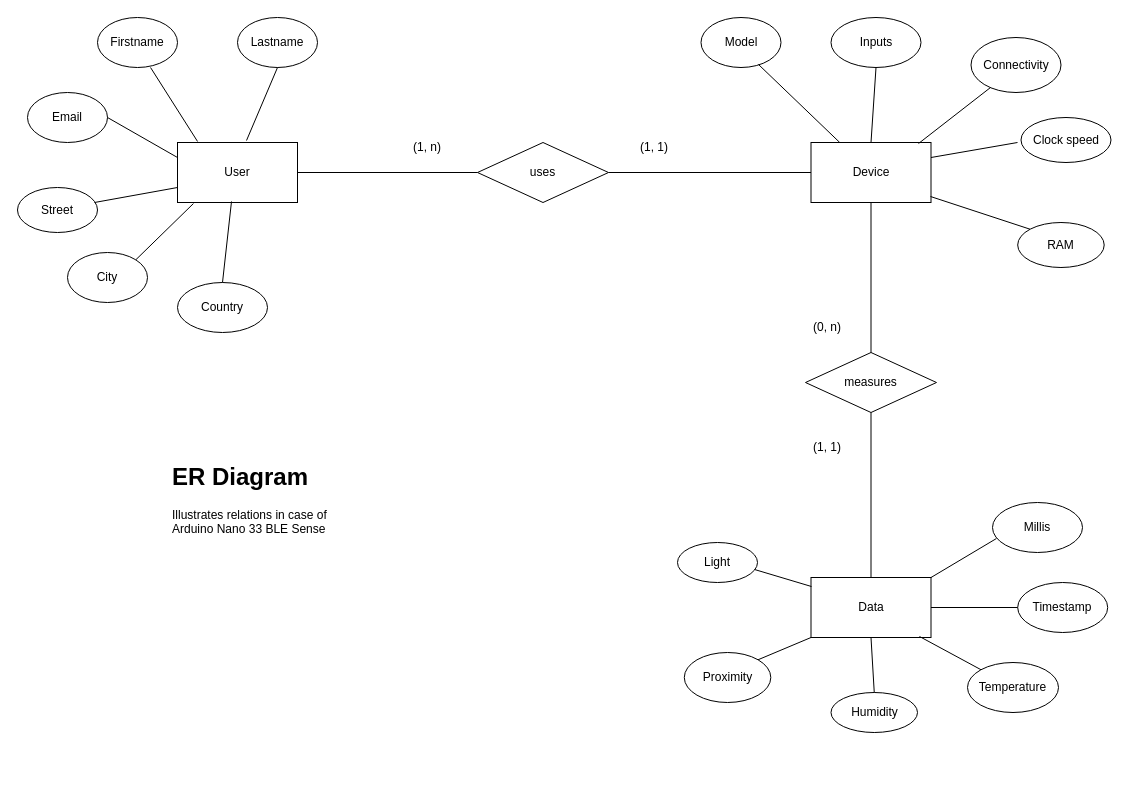
Earlier version of the draw.io diagram diagrams/ER-diagram-nano1.drawio (manokel01/tinysensor). Source tidied: cells renumbered, new cells numbered last; positions are measured from the earlier drawing's top-left corner, leaving out a move shared by most shapes. Both pictures are drawn from the tidied source at 100%, with x=0, y=0 at pixel (17, 17).
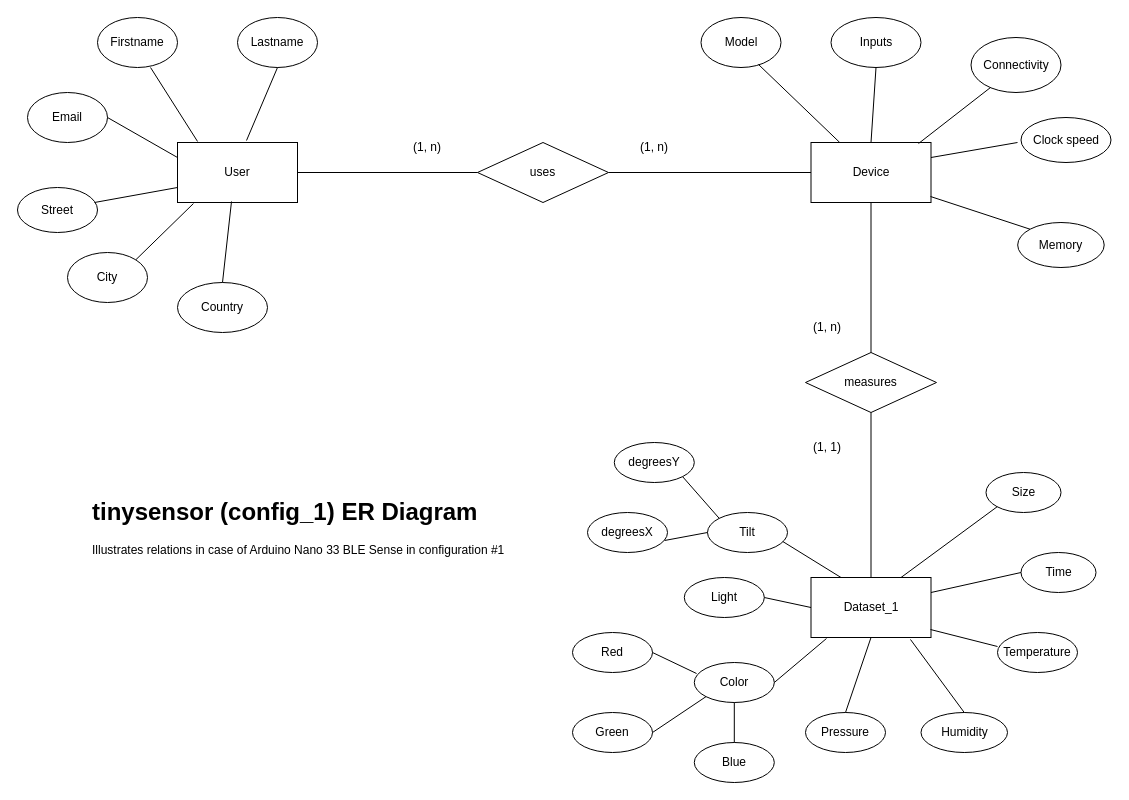
The same page after the edit.

Diff of the diagram source:
```diff
@@
-    <mxCell id="8" value="(1, 1)" style="text;html=1;strokeColor=none;fillColor=none;align=center;verticalAlign=middle;whiteSpace=wrap;rounded=0;" parent="1" vertex="1">
+    <mxCell id="8" value="(1, n)" style="text;html=1;strokeColor=none;fillColor=none;align=center;verticalAlign=middle;whiteSpace=wrap;rounded=0;" parent="1" vertex="1">
       <mxGeometry x="606.8" y="115" width="60" height="30" as="geometry" />
     </mxCell>
@@
-    <mxCell id="19" value="RAM" style="ellipse;whiteSpace=wrap;html=1;" parent="1" vertex="1">
+    <mxCell id="19" value="Memory" style="ellipse;whiteSpace=wrap;html=1;" parent="1" vertex="1">
       <mxGeometry x="1000.2" y="205" width="86.5" height="45" as="geometry" />
     </mxCell>
@@
-    <mxCell id="21" value="Data" style="rounded=0;whiteSpace=wrap;html=1;" parent="1" vertex="1">
+    <mxCell id="21" value="Dataset_1" style="rounded=0;whiteSpace=wrap;html=1;" parent="1" vertex="1">
       <mxGeometry x="793.5" y="560" width="120" height="60" as="geometry" />
     </mxCell>
@@
     <mxCell id="25" value="Temperature" style="ellipse;whiteSpace=wrap;html=1;" parent="1" vertex="1">
-      <mxGeometry x="950" y="645" width="91" height="50" as="geometry" />
+      <mxGeometry x="980" y="615" width="80" height="40" as="geometry" />
     </mxCell>
     <mxCell id="26" value="Humidity" style="ellipse;whiteSpace=wrap;html=1;" parent="1" vertex="1">
-      <mxGeometry x="813.5" y="675" width="86.5" height="40" as="geometry" />
+      <mxGeometry x="903.5" y="695" width="86.5" height="40" as="geometry" />
     </mxCell>
-    <mxCell id="27" value="Light" style="ellipse;whiteSpace=wrap;html=1;" parent="1" vertex="1">
-      <mxGeometry x="660" y="525" width="80" height="40" as="geometry" />
+    <mxCell id="27" value="Pressure" style="ellipse;whiteSpace=wrap;html=1;" parent="1" vertex="1">
+      <mxGeometry x="788" y="695" width="80" height="40" as="geometry" />
     </mxCell>
-    <mxCell id="28" value="Proximity" style="ellipse;whiteSpace=wrap;html=1;" parent="1" vertex="1">
-      <mxGeometry x="666.8" y="635" width="86.5" height="50" as="geometry" />
-    </mxCell>
-    <mxCell id="29" value="Timestamp" style="ellipse;whiteSpace=wrap;html=1;" parent="1" vertex="1">
-      <mxGeometry x="1000.2" y="565" width="90" height="50" as="geometry" />
-    </mxCell>
-    <mxCell id="30" value="Millis" style="ellipse;whiteSpace=wrap;html=1;" parent="1" vertex="1">
-      <mxGeometry x="975" y="485" width="90" height="50" as="geometry" />
+    <mxCell id="30" value="Time" style="ellipse;whiteSpace=wrap;html=1;" parent="1" vertex="1">
+      <mxGeometry x="1003.5" y="535" width="75" height="40" as="geometry" />
     </mxCell>
-    <mxCell id="31" value="(0, n)" style="text;html=1;strokeColor=none;fillColor=none;align=center;verticalAlign=middle;whiteSpace=wrap;rounded=0;" parent="1" vertex="1">
+    <mxCell id="31" value="(1, n)" style="text;html=1;strokeColor=none;fillColor=none;align=center;verticalAlign=middle;whiteSpace=wrap;rounded=0;" parent="1" vertex="1">
       <mxGeometry x="780" y="295" width="60" height="30" as="geometry" />
     </mxCell>
@@
-    <mxCell id="43" style="endArrow=none;html=1;rounded=0;entryX=0.963;entryY=0.675;entryDx=0;entryDy=0;entryPerimeter=0;exitX=0.004;exitY=0.15;exitDx=0;exitDy=0;exitPerimeter=0;" parent="1" edge="1" source="21" target="27">
+    <mxCell id="43" style="endArrow=none;html=1;rounded=0;entryX=0.5;entryY=0;entryDx=0;entryDy=0;exitX=0.5;exitY=1;exitDx=0;exitDy=0;" parent="1" edge="1" source="21" target="27">
       <mxGeometry relative="1" as="geometry" />
     </mxCell>
-    <mxCell id="44" style="endArrow=none;html=1;rounded=0;entryX=1;entryY=0;entryDx=0;entryDy=0;exitX=0;exitY=1;exitDx=0;exitDy=0;" parent="1" edge="1" source="21" target="28">
-      <mxGeometry relative="1" as="geometry" />
-    </mxCell>
-    <mxCell id="45" style="endArrow=none;html=1;rounded=0;entryX=0.5;entryY=0;entryDx=0;entryDy=0;exitX=0.5;exitY=1;exitDx=0;exitDy=0;" parent="1" edge="1" source="21" target="26">
+    <mxCell id="45" style="endArrow=none;html=1;rounded=0;entryX=0.5;entryY=0;entryDx=0;entryDy=0;exitX=0.829;exitY=1.033;exitDx=0;exitDy=0;exitPerimeter=0;" parent="1" edge="1" source="21" target="26">
       <mxGeometry relative="1" as="geometry" />
     </mxCell>
-    <mxCell id="46" style="endArrow=none;html=1;rounded=0;entryX=0;entryY=0;entryDx=0;entryDy=0;exitX=0.904;exitY=0.983;exitDx=0;exitDy=0;exitPerimeter=0;" parent="1" edge="1" source="21" target="25">
+    <mxCell id="46" style="endArrow=none;html=1;rounded=0;entryX=0;entryY=0.35;entryDx=0;entryDy=0;exitX=0.996;exitY=0.867;exitDx=0;exitDy=0;exitPerimeter=0;entryPerimeter=0;" parent="1" edge="1" source="21" target="25">
       <mxGeometry relative="1" as="geometry" />
     </mxCell>
-    <mxCell id="47" style="endArrow=none;html=1;rounded=0;entryX=0;entryY=0.5;entryDx=0;entryDy=0;exitX=1;exitY=0.5;exitDx=0;exitDy=0;" parent="1" edge="1" source="21" target="29">
-      <mxGeometry relative="1" as="geometry" />
-    </mxCell>
-    <mxCell id="48" style="endArrow=none;html=1;rounded=0;entryX=0.044;entryY=0.72;entryDx=0;entryDy=0;exitX=1;exitY=0;exitDx=0;exitDy=0;entryPerimeter=0;" parent="1" edge="1" source="21" target="30">
+    <mxCell id="48" style="endArrow=none;html=1;rounded=0;entryX=0;entryY=0.5;entryDx=0;entryDy=0;exitX=1;exitY=0.25;exitDx=0;exitDy=0;" parent="1" edge="1" source="21" target="30">
       <mxGeometry relative="1" as="geometry" />
     </mxCell>
-    <mxCell id="49" value="&lt;h1&gt;ER Diagram&lt;/h1&gt;&lt;p&gt;Illustrates relations in case of Arduino Nano 33 BLE Sense&lt;/p&gt;" style="text;html=1;strokeColor=none;fillColor=none;spacing=5;spacingTop=-20;whiteSpace=wrap;overflow=hidden;rounded=0;" parent="1" vertex="1">
-      <mxGeometry x="150" y="440" width="190" height="120" as="geometry" />
+    <mxCell id="49" value="&lt;h1&gt;tinysensor (config_1) ER Diagram&amp;nbsp;&lt;/h1&gt;&lt;p&gt;Illustrates relations in case of Arduino Nano 33 BLE Sense in configuration #1&lt;/p&gt;" style="text;html=1;strokeColor=none;fillColor=none;spacing=5;spacingTop=-20;whiteSpace=wrap;overflow=hidden;rounded=0;" parent="1" vertex="1">
+      <mxGeometry x="70" y="475" width="430" height="120" as="geometry" />
     </mxCell>
+    <mxCell id="50" value="Tilt" style="ellipse;whiteSpace=wrap;html=1;" parent="1" vertex="1">
+      <mxGeometry x="690" y="495" width="80" height="40" as="geometry" />
+    </mxCell>
+    <mxCell id="51" style="endArrow=none;html=1;rounded=0;exitX=0.941;exitY=0.725;exitDx=0;exitDy=0;exitPerimeter=0;entryX=0.25;entryY=0;entryDx=0;entryDy=0;" parent="1" edge="1" source="50" target="21">
+      <mxGeometry relative="1" as="geometry" />
+    </mxCell>
+    <mxCell id="52" value="Color" style="ellipse;whiteSpace=wrap;html=1;" parent="1" vertex="1">
+      <mxGeometry x="676.8" y="645" width="80" height="40" as="geometry" />
+    </mxCell>
+    <mxCell id="53" style="endArrow=none;html=1;rounded=0;exitX=1;exitY=0.5;exitDx=0;exitDy=0;entryX=0.129;entryY=1.017;entryDx=0;entryDy=0;entryPerimeter=0;" parent="1" edge="1" source="52" target="21">
+      <mxGeometry relative="1" as="geometry" />
+    </mxCell>
+    <mxCell id="54" value="Red" style="ellipse;whiteSpace=wrap;html=1;" parent="1" vertex="1">
+      <mxGeometry x="555" y="615" width="80" height="40" as="geometry" />
+    </mxCell>
+    <mxCell id="55" style="endArrow=none;html=1;rounded=0;exitX=1;exitY=0.5;exitDx=0;exitDy=0;entryX=0.028;entryY=0.275;entryDx=0;entryDy=0;entryPerimeter=0;" parent="1" edge="1" source="54" target="52">
+      <mxGeometry relative="1" as="geometry" />
+    </mxCell>
+    <mxCell id="56" value="Green" style="ellipse;whiteSpace=wrap;html=1;" parent="1" vertex="1">
+      <mxGeometry x="555" y="695" width="80" height="40" as="geometry" />
+    </mxCell>
+    <mxCell id="57" style="endArrow=none;html=1;rounded=0;exitX=1;exitY=0.5;exitDx=0;exitDy=0;entryX=0;entryY=1;entryDx=0;entryDy=0;" parent="1" edge="1" source="56" target="52">
+      <mxGeometry relative="1" as="geometry" />
+    </mxCell>
+    <mxCell id="58" value="Blue" style="ellipse;whiteSpace=wrap;html=1;" parent="1" vertex="1">
+      <mxGeometry x="676.8" y="725" width="80" height="40" as="geometry" />
+    </mxCell>
+    <mxCell id="59" style="endArrow=none;html=1;rounded=0;exitX=0.5;exitY=0;exitDx=0;exitDy=0;entryX=0.5;entryY=1;entryDx=0;entryDy=0;" parent="1" edge="1" source="58" target="52">
+      <mxGeometry relative="1" as="geometry" />
+    </mxCell>
+    <mxCell id="60" value="Light" style="ellipse;whiteSpace=wrap;html=1;" parent="1" vertex="1">
+      <mxGeometry x="666.8" y="560" width="80" height="40" as="geometry" />
+    </mxCell>
+    <mxCell id="61" style="endArrow=none;html=1;rounded=0;entryX=0;entryY=0.5;entryDx=0;entryDy=0;exitX=1;exitY=0.5;exitDx=0;exitDy=0;" parent="1" edge="1" source="60" target="21">
+      <mxGeometry relative="1" as="geometry" />
+    </mxCell>
+    <mxCell id="62" value="degreesX" style="ellipse;whiteSpace=wrap;html=1;" parent="1" vertex="1">
+      <mxGeometry x="570" y="495" width="80" height="40" as="geometry" />
+    </mxCell>
+    <mxCell id="63" style="endArrow=none;html=1;rounded=0;exitX=0.963;exitY=0.7;exitDx=0;exitDy=0;exitPerimeter=0;entryX=0;entryY=0.5;entryDx=0;entryDy=0;" parent="1" edge="1" source="62" target="50">
+      <mxGeometry relative="1" as="geometry" />
+    </mxCell>
+    <mxCell id="64" value="degreesY" style="ellipse;whiteSpace=wrap;html=1;" parent="1" vertex="1">
+      <mxGeometry x="596.8" y="425" width="80" height="40" as="geometry" />
+    </mxCell>
+    <mxCell id="65" style="endArrow=none;html=1;rounded=0;exitX=1;exitY=1;exitDx=0;exitDy=0;entryX=0;entryY=0;entryDx=0;entryDy=0;" parent="1" edge="1" source="64" target="50">
+      <mxGeometry relative="1" as="geometry" />
+    </mxCell>
+    <mxCell id="66" value="Size" style="ellipse;whiteSpace=wrap;html=1;" parent="1" vertex="1">
+      <mxGeometry x="968.5" y="455" width="75" height="40" as="geometry" />
+    </mxCell>
+    <mxCell id="67" style="endArrow=none;html=1;rounded=0;entryX=0;entryY=1;entryDx=0;entryDy=0;exitX=0.75;exitY=0;exitDx=0;exitDy=0;" parent="1" edge="1" source="21" target="66">
+      <mxGeometry relative="1" as="geometry" />
+    </mxCell>
```
